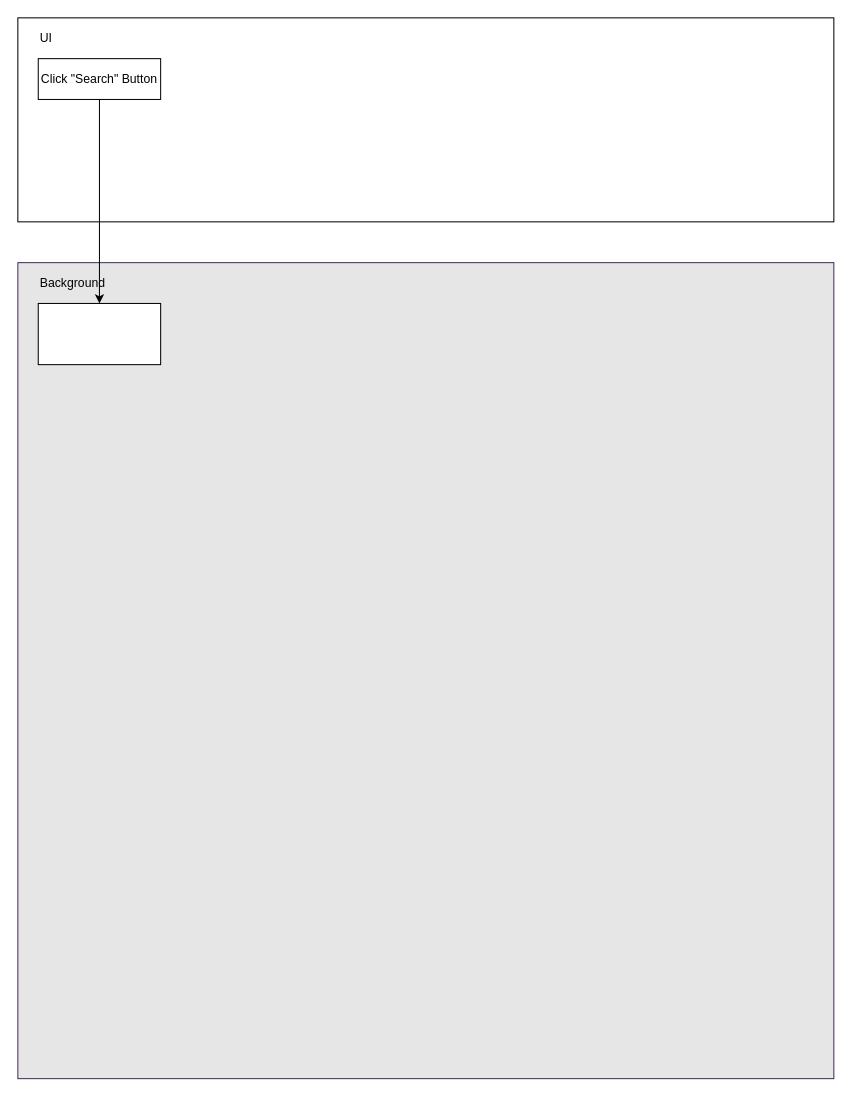
Above: old-rebind-logic.drawio in maruk0chan/draw.io (draw.io), before the change. Source tidied: cells renumbered, new cells numbered last; positions are measured from the earlier drawing's top-left corner, leaving out a move shared by most shapes. Both pictures are drawn from the tidied source at 102%, with x=0, y=0 at pixel (17, 17).
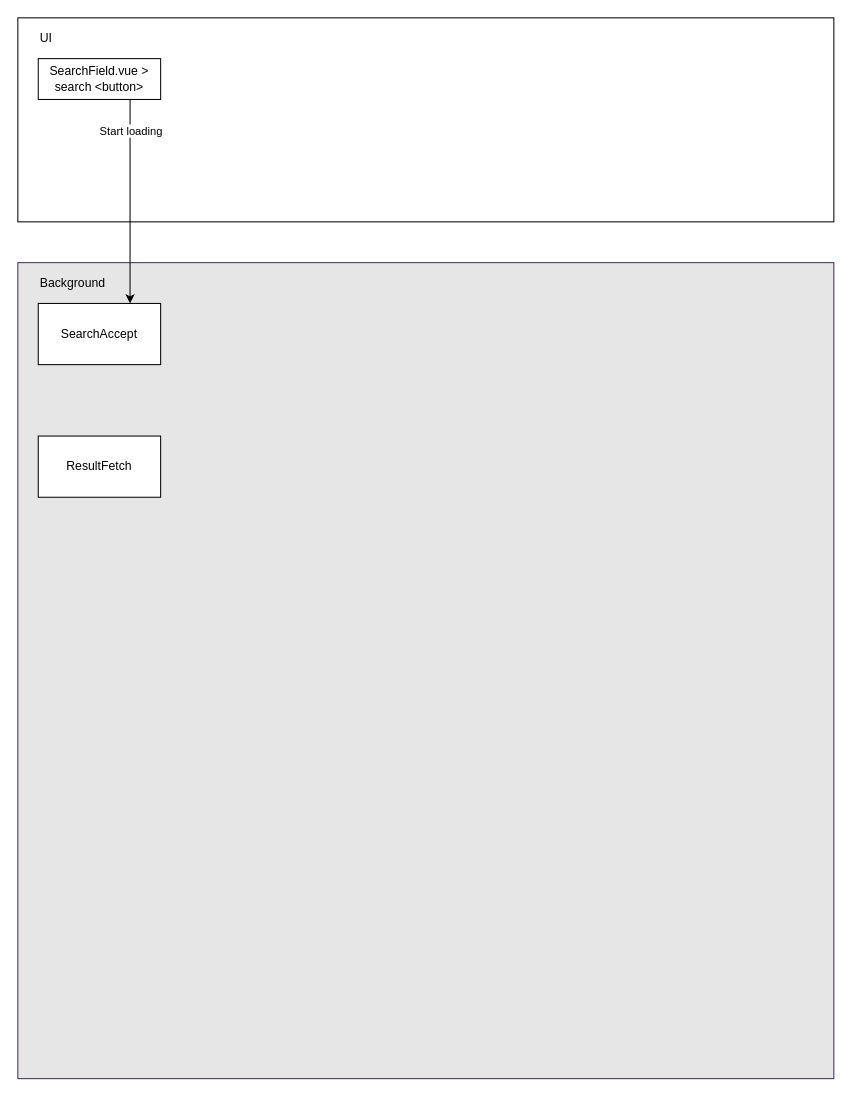
The same page after the edit.

The edit, as a diff of the source:
```diff
@@
 <mxGraphModel>
   <root>
     <mxCell id="0" />
     <mxCell id="1" parent="0" />
     <mxCell id="2" style="whiteSpace=wrap;html=1;" parent="1" vertex="1">
       <mxGeometry width="800" height="200" as="geometry" />
     </mxCell>
     <mxCell id="3" style="whiteSpace=wrap;html=1;fillColor=#E6E6E6;fontColor=#ffffff;strokeColor=#432D57;" parent="1" vertex="1">
       <mxGeometry y="240" width="800" height="800" as="geometry" />
     </mxCell>
-    <mxCell id="4" value="Click &quot;Search&quot; Button" style="rounded=0;whiteSpace=wrap;html=1;" parent="1" vertex="1">
+    <mxCell id="4" value="SearchField.vue &amp;gt;&lt;br&gt;search &amp;lt;button&amp;gt;" style="rounded=0;whiteSpace=wrap;html=1;" parent="1" vertex="1">
       <mxGeometry x="20" y="40" width="120" height="40" as="geometry" />
     </mxCell>
-    <mxCell id="5" style="endArrow=classic;html=1;rounded=0;exitX=0.5;exitY=1;exitDx=0;exitDy=0;entryX=0.5;entryY=0;entryDx=0;entryDy=0;" parent="1" edge="1" source="4" target="6">
-      <mxGeometry relative="1" as="geometry" />
-    </mxCell>
-    <mxCell id="6" style="rounded=0;whiteSpace=wrap;html=1;" parent="1" vertex="1">
+    <mxCell id="6" value="SearchAccept" style="rounded=0;whiteSpace=wrap;html=1;" parent="1" vertex="1">
       <mxGeometry x="20" y="280" width="120" height="60" as="geometry" />
     </mxCell>
     <mxCell id="7" value="Background" style="text;html=1;align=left;verticalAlign=middle;whiteSpace=wrap;rounded=0;fillColor=none;fontColor=#000000;" parent="1" vertex="1">
       <mxGeometry x="20" y="240" width="100" height="40" as="geometry" />
     </mxCell>
     <mxCell id="8" value="UI" style="text;html=1;align=left;verticalAlign=middle;whiteSpace=wrap;rounded=0;fillColor=none;fontColor=#000000;" parent="1" vertex="1">
       <mxGeometry x="20" width="50" height="40" as="geometry" />
     </mxCell>
+    <mxCell id="9" style="endArrow=classic;html=1;rounded=0;" parent="1" edge="1">
+      <mxGeometry relative="1" as="geometry">
+        <mxPoint x="110" y="80" as="sourcePoint" />
+        <mxPoint x="110" y="280" as="targetPoint" />
+      </mxGeometry>
+    </mxCell>
+    <mxCell id="10" value="Start loading" style="edgeLabel;html=1;align=center;verticalAlign=middle;" parent="9" vertex="1">
+      <mxGeometry relative="1" as="geometry">
+        <mxPoint y="-70" as="offset" />
+      </mxGeometry>
+    </mxCell>
+    <mxCell id="11" value="ResultFetch" style="rounded=0;whiteSpace=wrap;html=1;" parent="1" vertex="1">
+      <mxGeometry x="20" y="410" width="120" height="60" as="geometry" />
+    </mxCell>
   </root>
 </mxGraphModel>
```
